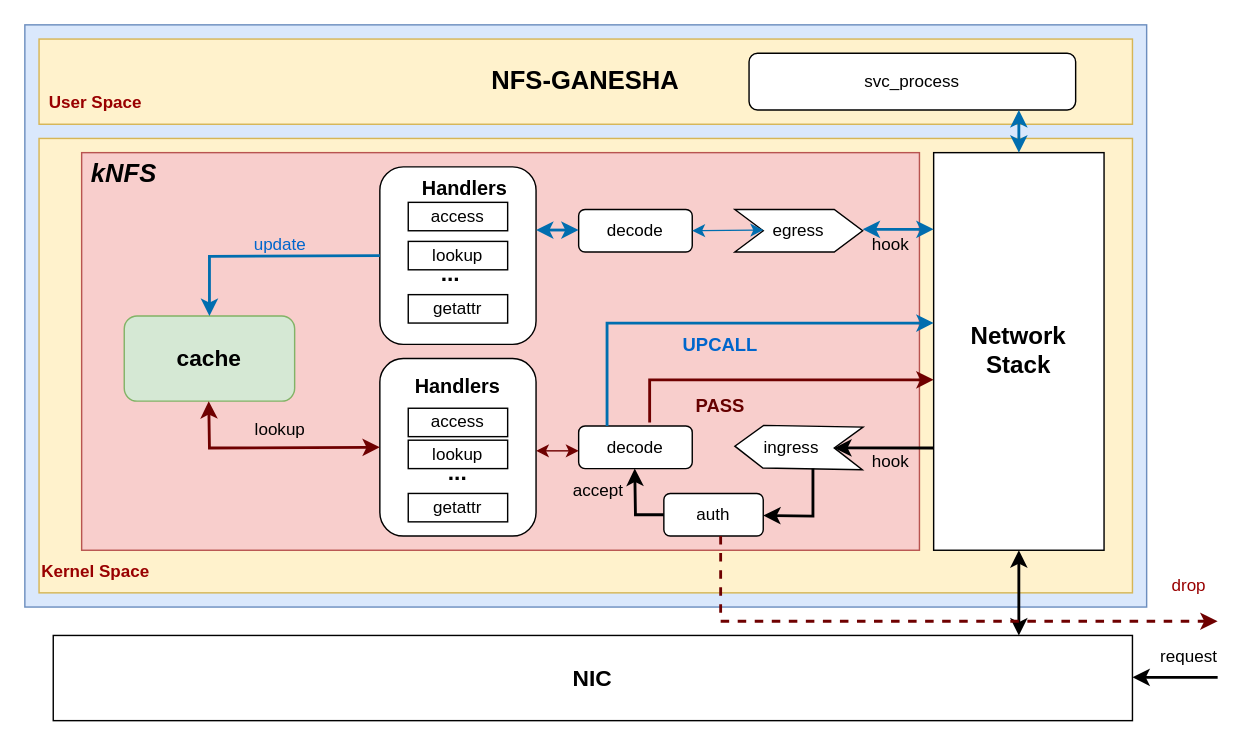
Kakoyi945/cloud keeps this draw.io diagram as os竞赛项目框架图.drawio. Above is the earlier version. Source tidied: cells renumbered, new cells numbered last; positions are measured from the earlier drawing's top-left corner, leaving out a move shared by most shapes. Both pictures are drawn from the tidied source at 142%, with x=0, y=0 at pixel (24, 24).
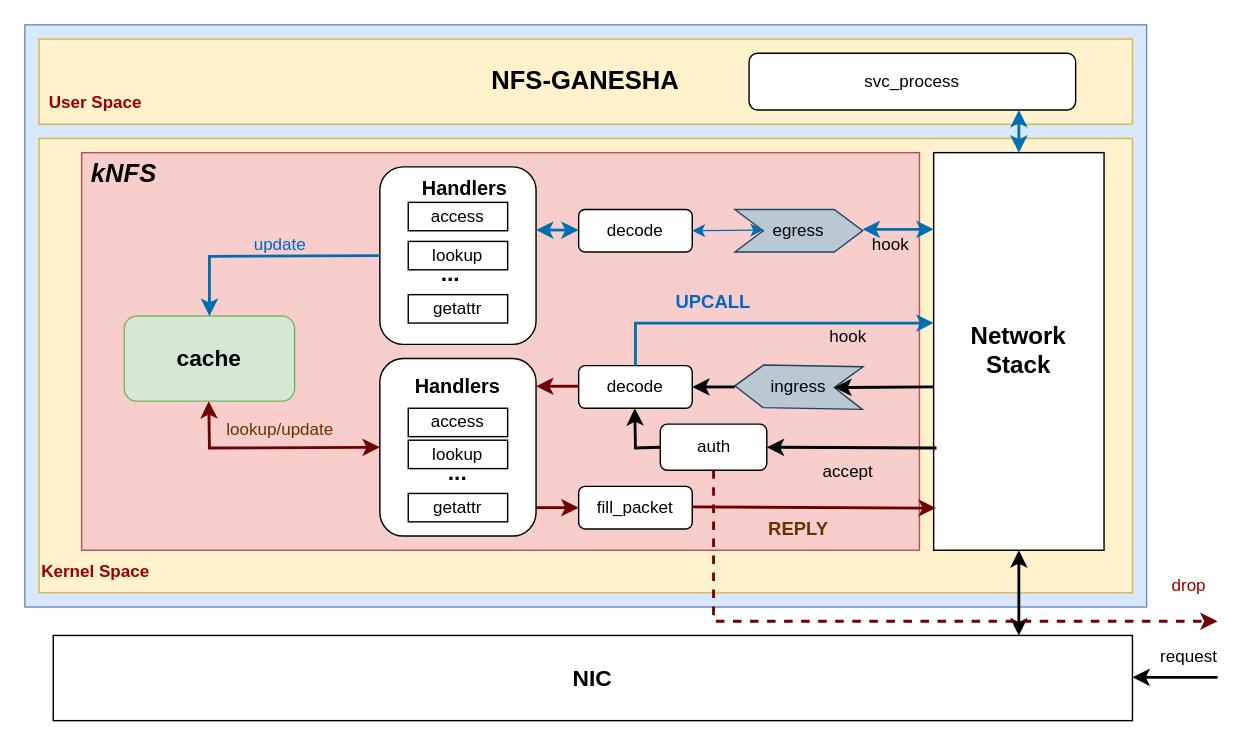
The same page after the edit.

Commit message:
更新os竞赛项目框架图.drawio

The change refers to these unchanged cells:
```xml
<mxCell id="10" value="&lt;b style=&quot;font-size: 17px;&quot;&gt;Network&lt;br&gt;Stack&lt;/b&gt;" style="rounded=0;whiteSpace=wrap;html=1;" parent="1" vertex="1">
  <mxGeometry x="640" y="90" width="120" height="280" as="geometry" />
</mxCell>
```

What changed in the source:
```diff
@@
     <mxCell id="12" value="decode" style="rounded=1;whiteSpace=wrap;html=1;" parent="1" vertex="1">
-      <mxGeometry x="390" y="282.5" width="80" height="30" as="geometry" />
+      <mxGeometry x="390" y="240" width="80" height="30" as="geometry" />
     </mxCell>
-    <mxCell id="13" value="lookup" style="text;html=1;strokeColor=none;fillColor=none;align=center;verticalAlign=middle;whiteSpace=wrap;rounded=0;" parent="1" vertex="1">
+    <mxCell id="13" value="&lt;font color=&quot;#663300&quot;&gt;lookup/update&lt;/font&gt;" style="text;html=1;strokeColor=none;fillColor=none;align=center;verticalAlign=middle;whiteSpace=wrap;rounded=0;" parent="1" vertex="1">
       <mxGeometry x="150" y="270" width="60" height="30" as="geometry" />
     </mxCell>
@@
-    <mxCell id="22" style="shape=step;perimeter=stepPerimeter;whiteSpace=wrap;html=1;fixedSize=1;rotation=-179;" parent="1" vertex="1">
-      <mxGeometry x="500" y="282.5" width="90" height="30" as="geometry" />
+    <mxCell id="22" style="shape=step;perimeter=stepPerimeter;whiteSpace=wrap;html=1;fixedSize=1;rotation=-179;fillColor=#bac8d3;strokeColor=#23445d;" parent="1" vertex="1">
+      <mxGeometry x="500" y="240" width="90" height="30" as="geometry" />
     </mxCell>
     <mxCell id="23" value="ingress" style="text;html=1;strokeColor=none;fillColor=none;align=center;verticalAlign=middle;whiteSpace=wrap;rounded=0;" parent="1" vertex="1">
-      <mxGeometry x="510" y="282.5" width="60" height="30" as="geometry" />
+      <mxGeometry x="515" y="240" width="60" height="30" as="geometry" />
     </mxCell>
     <mxCell id="24" style="endArrow=classic;html=1;rounded=0;entryX=0;entryY=0.5;entryDx=0;entryDy=0;strokeWidth=2;" parent="1" edge="1" target="22">
       <mxGeometry relative="1" as="geometry">
-        <mxPoint x="640" y="298" as="sourcePoint" />
+        <mxPoint x="640" y="255" as="sourcePoint" />
       </mxGeometry>
     </mxCell>
     <mxCell id="25" value="hook" style="text;html=1;strokeColor=none;fillColor=none;align=center;verticalAlign=middle;whiteSpace=wrap;rounded=0;" parent="1" vertex="1">
-      <mxGeometry x="580" y="292.5" width="60" height="30" as="geometry" />
+      <mxGeometry x="550" y="205" width="60" height="30" as="geometry" />
     </mxCell>
@@
-    <mxCell id="27" style="endArrow=classic;startArrow=classic;html=1;rounded=0;fillColor=#a20025;strokeColor=#6F0000;" parent="1" edge="1">
-      <mxGeometry relative="1" as="geometry">
-        <mxPoint x="360" y="300" as="sourcePoint" />
-        <mxPoint x="390" y="300" as="targetPoint" />
-      </mxGeometry>
-    </mxCell>
@@
-    <mxCell id="29" value="egress" style="shape=step;perimeter=stepPerimeter;whiteSpace=wrap;html=1;fixedSize=1;rotation=0;" parent="1" vertex="1">
+    <mxCell id="29" value="egress" style="shape=step;perimeter=stepPerimeter;whiteSpace=wrap;html=1;fixedSize=1;rotation=0;fillColor=#bac8d3;strokeColor=#23445d;" parent="1" vertex="1">
       <mxGeometry x="500" y="130" width="90" height="30" as="geometry" />
     </mxCell>
@@
     <mxCell id="44" value="auth" style="rounded=1;whiteSpace=wrap;html=1;" parent="1" vertex="1">
-      <mxGeometry x="450" y="330" width="70" height="30" as="geometry" />
+      <mxGeometry x="447.5" y="281.2" width="75" height="32.5" as="geometry" />
     </mxCell>
-    <mxCell id="45" style="endArrow=classic;html=1;rounded=0;exitX=0.75;exitY=1;exitDx=0;exitDy=0;strokeWidth=2;" parent="1" edge="1" source="23">
-      <mxGeometry relative="1" as="geometry">
-        <mxPoint x="520" y="345.5" as="targetPoint" />
-        <Array as="points">
-          <mxPoint x="555" y="346" />
-        </Array>
-      </mxGeometry>
-    </mxCell>
-    <mxCell id="46" style="endArrow=classic;html=1;rounded=0;exitX=0;exitY=0.5;exitDx=0;exitDy=0;strokeWidth=2;" parent="1" edge="1" source="44">
-      <mxGeometry relative="1" as="geometry">
-        <mxPoint x="429.5" y="312.5" as="targetPoint" />
-        <Array as="points">
-          <mxPoint x="430" y="345" />
-        </Array>
-      </mxGeometry>
-    </mxCell>
     <mxCell id="47" value="accept" style="text;html=1;strokeColor=none;fillColor=none;align=center;verticalAlign=middle;whiteSpace=wrap;rounded=0;" parent="1" vertex="1">
-      <mxGeometry x="374" y="312.5" width="60" height="30" as="geometry" />
+      <mxGeometry x="550" y="300" width="60" height="30" as="geometry" />
     </mxCell>
-    <mxCell id="48" style="endArrow=classic;html=1;rounded=0;dashed=1;fillColor=#a20025;strokeColor=#6F0000;strokeWidth=2;" parent="1" edge="1">
+    <mxCell id="48" style="endArrow=classic;html=1;rounded=0;dashed=1;fillColor=#a20025;strokeColor=#6F0000;strokeWidth=2;exitX=0.5;exitY=1;exitDx=0;exitDy=0;" parent="1" edge="1" source="44">
       <mxGeometry relative="1" as="geometry">
-        <mxPoint x="490" y="360" as="sourcePoint" />
         <mxPoint x="840" y="420" as="targetPoint" />
         <Array as="points">
-          <mxPoint x="490" y="420" />
+          <mxPoint x="485" y="420" />
         </Array>
       </mxGeometry>
     </mxCell>
@@
-    <mxCell id="50" style="endArrow=classic;html=1;rounded=0;strokeWidth=2;fillColor=#a20025;strokeColor=#6F0000;" parent="1" edge="1">
-      <mxGeometry relative="1" as="geometry">
-        <mxPoint x="440" y="280" as="sourcePoint" />
-        <mxPoint x="640" y="250" as="targetPoint" />
-        <Array as="points">
-          <mxPoint x="440" y="250" />
-        </Array>
-      </mxGeometry>
-    </mxCell>
-    <mxCell id="51" value="PASS" style="text;html=1;align=center;verticalAlign=middle;whiteSpace=wrap;rounded=0;fontColor=#660000;fontSize=13;fontStyle=1;" parent="1" vertex="1">
-      <mxGeometry x="460" y="252.5" width="60" height="30" as="geometry" />
-    </mxCell>
-    <mxCell id="52" style="endArrow=classic;html=1;rounded=0;exitX=0.25;exitY=0;exitDx=0;exitDy=0;strokeWidth=2;fillColor=#1ba1e2;strokeColor=#006EAF;" parent="1" edge="1" source="12">
+    <mxCell id="52" style="endArrow=classic;html=1;rounded=0;exitX=0.5;exitY=0;exitDx=0;exitDy=0;strokeWidth=2;fillColor=#1ba1e2;strokeColor=#006EAF;" parent="1" edge="1" source="12">
       <mxGeometry relative="1" as="geometry">
         <mxPoint x="640" y="210" as="targetPoint" />
         <Array as="points">
-          <mxPoint x="410" y="210" />
+          <mxPoint x="430" y="210" />
         </Array>
       </mxGeometry>
     </mxCell>
     <mxCell id="53" value="&lt;b&gt;&lt;font color=&quot;#0066cc&quot; style=&quot;font-size: 13px;&quot;&gt;UPCALL&lt;/font&gt;&lt;/b&gt;" style="text;html=1;strokeColor=none;fillColor=none;align=center;verticalAlign=middle;whiteSpace=wrap;rounded=0;" parent="1" vertex="1">
-      <mxGeometry x="460" y="210" width="60" height="30" as="geometry" />
+      <mxGeometry x="455" y="180" width="60" height="30" as="geometry" />
     </mxCell>
@@
+    <mxCell id="55" style="endArrow=classic;html=1;rounded=0;strokeWidth=2;" parent="1" edge="1">
+      <mxGeometry relative="1" as="geometry">
+        <mxPoint x="500" y="255" as="sourcePoint" />
+        <mxPoint x="470" y="255" as="targetPoint" />
+      </mxGeometry>
+    </mxCell>
+    <mxCell id="56" style="endArrow=classic;html=1;rounded=0;strokeWidth=2;fillColor=#a20025;strokeColor=#6F0000;" parent="1" edge="1">
+      <mxGeometry relative="1" as="geometry">
+        <mxPoint x="390" y="254.5" as="sourcePoint" />
+        <mxPoint x="360" y="254.5" as="targetPoint" />
+      </mxGeometry>
+    </mxCell>
+    <mxCell id="57" style="endArrow=classic;html=1;rounded=0;strokeWidth=2;entryX=1;entryY=0.5;entryDx=0;entryDy=0;" parent="1" edge="1" target="44">
+      <mxGeometry relative="1" as="geometry">
+        <mxPoint x="642" y="298" as="sourcePoint" />
+      </mxGeometry>
+    </mxCell>
+    <mxCell id="58" style="endArrow=classic;html=1;rounded=0;strokeWidth=2;exitX=0;exitY=0.5;exitDx=0;exitDy=0;" parent="1" edge="1" source="44">
+      <mxGeometry relative="1" as="geometry">
+        <mxPoint x="429.5" y="270" as="targetPoint" />
+        <Array as="points">
+          <mxPoint x="430" y="298" />
+        </Array>
+      </mxGeometry>
+    </mxCell>
+    <mxCell id="59" style="endArrow=classic;html=1;rounded=0;strokeWidth=2;fillColor=#a20025;strokeColor=#6F0000;" parent="1" edge="1">
+      <mxGeometry relative="1" as="geometry">
+        <mxPoint x="360" y="340" as="sourcePoint" />
+        <mxPoint x="390" y="340" as="targetPoint" />
+      </mxGeometry>
+    </mxCell>
+    <mxCell id="60" value="fill_packet" style="rounded=1;whiteSpace=wrap;html=1;" parent="1" vertex="1">
+      <mxGeometry x="390" y="325" width="80" height="30" as="geometry" />
+    </mxCell>
+    <mxCell id="61" style="endArrow=classic;html=1;rounded=0;entryX=0.013;entryY=0.894;entryDx=0;entryDy=0;entryPerimeter=0;fillColor=#a20025;strokeColor=#6F0000;strokeWidth=2;" parent="1" edge="1" target="10">
+      <mxGeometry relative="1" as="geometry">
+        <mxPoint x="470" y="339.5" as="sourcePoint" />
+      </mxGeometry>
+    </mxCell>
+    <mxCell id="62" value="&lt;font color=&quot;#663300&quot; style=&quot;font-size: 13px;&quot;&gt;&lt;b style=&quot;&quot;&gt;REPLY&lt;/b&gt;&lt;/font&gt;" style="text;html=1;strokeColor=none;fillColor=none;align=center;verticalAlign=middle;whiteSpace=wrap;rounded=0;fontSize=12;" parent="1" vertex="1">
+      <mxGeometry x="515" y="340" width="60" height="30" as="geometry" />
+    </mxCell>
```
